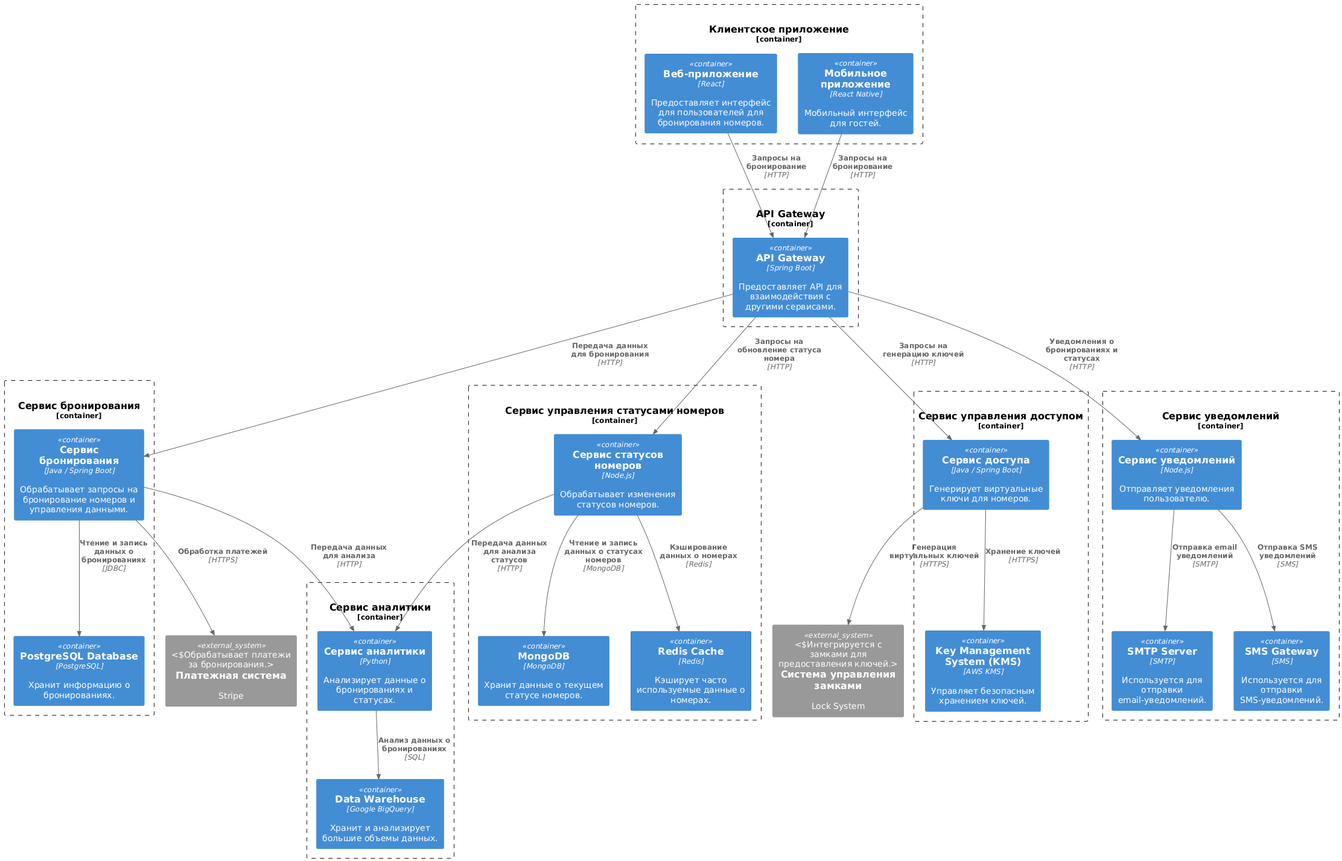
The PlantUML diagram res/hm_04_01.png in mrsolodov/sahomeworks, before a commit. The source it was exported from:
```plantuml
@startuml
!include https://raw.githubusercontent.com/plantuml-stdlib/C4-PlantUML/master/C4_Container.puml

Container_Boundary(client, "Клиентское приложение", "Мобильное приложение и веб-приложение") {
    Container(web, "Веб-приложение", "React", "Предоставляет интерфейс для пользователей для бронирования номеров.")
    Container(mobile, "Мобильное приложение", "React Native", "Мобильный интерфейс для гостей.")
}

Container_Boundary(apiGateway, "API Gateway", "API Gateway") {
    Container(api, "API Gateway", "Spring Boot", "Предоставляет API для взаимодействия с другими сервисами.")
}

Container_Boundary(bookingService, "Сервис бронирования", "Booking Service") {
    Container(booking, "Сервис бронирования", "Java / Spring Boot", "Обрабатывает запросы на бронирование номеров и управления данными.")
    Container(postgres, "PostgreSQL Database", "PostgreSQL", "Хранит информацию о бронированиях.")
}

Container_Boundary(roomStatusService, "Сервис управления статусами номеров", "Room Status Service") {
    Container(roomStatus, "Сервис статусов номеров", "Node.js", "Обрабатывает изменения статусов номеров.")
    Container(mongoDb, "MongoDB", "MongoDB", "Хранит данные о текущем статусе номеров.")
    Container(redis, "Redis Cache", "Redis", "Кэширует часто используемые данные о номерах.")
}

Container_Boundary(accessControlService, "Сервис управления доступом", "Access Control Service") {
    Container(accessControl, "Сервис доступа", "Java / Spring Boot", "Генерирует виртуальные ключи для номеров.")
    Container(kms, "Key Management System (KMS)", "AWS KMS", "Управляет безопасным хранением ключей.")
}

Container_Boundary(notificationService, "Сервис уведомлений", "Notification Service") {
    Container(notification, "Сервис уведомлений", "Node.js", "Отправляет уведомления пользователю.")
    Container(smtp, "SMTP Server", "SMTP", "Используется для отправки email-уведомлений.")
    Container(smsGateway, "SMS Gateway", "SMS", "Используется для отправки SMS-уведомлений.")
}

Container_Boundary(analyticsService, "Сервис аналитики", "Analytics Service") {
    Container(analytics, "Сервис аналитики", "Python", "Анализирует данные о бронированиях и статусах.")
    Container(bigQuery, "Data Warehouse", "Google BigQuery", "Хранит и анализирует большие объемы данных.")
}

System_Ext(paymentSystem, "Платежная система", "Stripe", "Обрабатывает платежи за бронирования.")
System_Ext(lockSystem, "Система управления замками", "Lock System", "Интегрируется с замками для предоставления ключей.")

Rel(web, api, "Запросы на бронирование", "HTTP")
Rel(mobile, api, "Запросы на бронирование", "HTTP")
Rel(api, booking, "Передача данных для бронирования", "HTTP")
Rel(booking, postgres, "Чтение и запись данных о бронированиях", "JDBC")
Rel(api, roomStatus, "Запросы на обновление статуса номера", "HTTP")
Rel(roomStatus, mongoDb, "Чтение и запись данных о статусах номеров", "MongoDB")
Rel(roomStatus, redis, "Кэширование данных о номерах", "Redis")
Rel(api, accessControl, "Запросы на генерацию ключей", "HTTP")
Rel(accessControl, kms, "Хранение ключей", "HTTPS")
Rel(api, notification, "Уведомления о бронированиях и статусах", "HTTP")
Rel(notification, smtp, "Отправка email уведомлений", "SMTP")
Rel(notification, smsGateway, "Отправка SMS уведомлений", "SMS")
Rel(analytics, bigQuery, "Анализ данных о бронированиях", "SQL")
Rel(booking, analytics, "Передача данных для анализа", "HTTP")
Rel(roomStatus, analytics, "Передача данных для анализа статусов", "HTTP")
Rel(booking, paymentSystem, "Обработка платежей", "HTTPS")
Rel(accessControl, lockSystem, "Генерация виртуальных ключей", "HTTPS")
@enduml
```
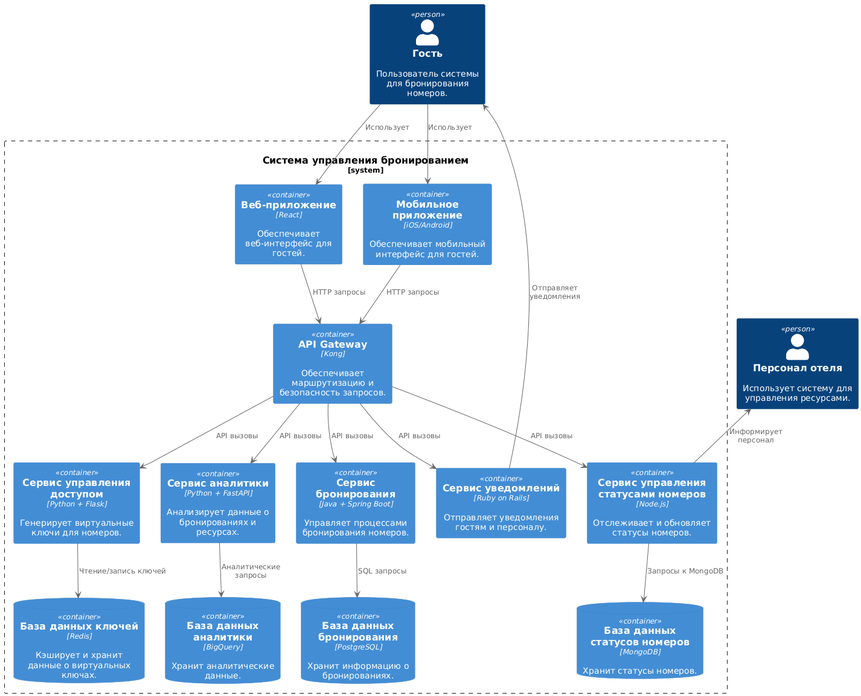
The same diagram one commit later.

What changed in the source:
```diff
@@ -1,60 +1,43 @@
 @startuml
-!include https://raw.githubusercontent.com/plantuml-stdlib/C4-PlantUML/master/C4_Container.puml
+!define C4P https://raw.githubusercontent.com/plantuml-stdlib/C4-PlantUML/master
+!includeurl C4P/C4_Container.puml
 
-Container_Boundary(client, "Клиентское приложение", "Мобильное приложение и веб-приложение") {
-    Container(web, "Веб-приложение", "React", "Предоставляет интерфейс для пользователей для бронирования номеров.")
-    Container(mobile, "Мобильное приложение", "React Native", "Мобильный интерфейс для гостей.")
+Person(customer, "Гость", "Пользователь системы для бронирования номеров.")
+Person(hotel_staff, "Персонал отеля", "Использует систему для управления ресурсами.")
+
+System_Boundary(c1, "Система управления бронированием") {
+  Container(web_app, "Веб-приложение", "React", "Обеспечивает веб-интерфейс для гостей.")
+  Container(mobile_app, "Мобильное приложение", "iOS/Android", "Обеспечивает мобильный интерфейс для гостей.")
+  Container(api_gateway, "API Gateway", "Kong", "Обеспечивает маршрутизацию и безопасность запросов.")
+
+  Container(booking_service, "Сервис бронирования", "Java + Spring Boot", "Управляет процессами бронирования номеров.")
+  Container(room_status_service, "Сервис управления статусами номеров", "Node.js", "Отслеживает и обновляет статусы номеров.")
+  Container(access_control_service, "Сервис управления доступом", "Python + Flask", "Генерирует виртуальные ключи для номеров.")
+  Container(notification_service, "Сервис уведомлений", "Ruby on Rails", "Отправляет уведомления гостям и персоналу.")
+  Container(analytics_service, "Сервис аналитики", "Python + FastAPI", "Анализирует данные о бронированиях и ресурсах.")
+
+  ContainerDb(booking_db, "База данных бронирования", "PostgreSQL", "Хранит информацию о бронированиях.")
+  ContainerDb(room_status_db, "База данных статусов номеров", "MongoDB", "Хранит статусы номеров.")
+  ContainerDb(access_control_db, "База данных ключей", "Redis", "Кэширует и хранит данные о виртуальных ключах.")
+  ContainerDb(analytics_db, "База данных аналитики", "BigQuery", "Хранит аналитические данные.")
 }
 
-Container_Boundary(apiGateway, "API Gateway", "API Gateway") {
-    Container(api, "API Gateway", "Spring Boot", "Предоставляет API для взаимодействия с другими сервисами.")
-}
+hotel_staff <-- room_status_service : Информирует персонал
+customer --> web_app : Использует
+customer --> mobile_app : Использует
+web_app --> api_gateway : HTTP запросы
+mobile_app --> api_gateway : HTTP запросы
 
-Container_Boundary(bookingService, "Сервис бронирования", "Booking Service") {
-    Container(booking, "Сервис бронирования", "Java / Spring Boot", "Обрабатывает запросы на бронирование номеров и управления данными.")
-    Container(postgres, "PostgreSQL Database", "PostgreSQL", "Хранит информацию о бронированиях.")
-}
+api_gateway --> booking_service : API вызовы
+api_gateway --> room_status_service : API вызовы
+api_gateway --> access_control_service : API вызовы
+api_gateway --> notification_service : API вызовы
+api_gateway --> analytics_service : API вызовы
 
-Container_Boundary(roomStatusService, "Сервис управления статусами номеров", "Room Status Service") {
-    Container(roomStatus, "Сервис статусов номеров", "Node.js", "Обрабатывает изменения статусов номеров.")
-    Container(mongoDb, "MongoDB", "MongoDB", "Хранит данные о текущем статусе номеров.")
-    Container(redis, "Redis Cache", "Redis", "Кэширует часто используемые данные о номерах.")
-}
+booking_service --> booking_db : SQL запросы
+room_status_service --> room_status_db : Запросы к MongoDB
+access_control_service --> access_control_db : Чтение/запись ключей
+analytics_service --> analytics_db : Аналитические запросы
 
-Container_Boundary(accessControlService, "Сервис управления доступом", "Access Control Service") {
-    Container(accessControl, "Сервис доступа", "Java / Spring Boot", "Генерирует виртуальные ключи для номеров.")
-    Container(kms, "Key Management System (KMS)", "AWS KMS", "Управляет безопасным хранением ключей.")
-}
-
-Container_Boundary(notificationService, "Сервис уведомлений", "Notification Service") {
-    Container(notification, "Сервис уведомлений", "Node.js", "Отправляет уведомления пользователю.")
-    Container(smtp, "SMTP Server", "SMTP", "Используется для отправки email-уведомлений.")
-    Container(smsGateway, "SMS Gateway", "SMS", "Используется для отправки SMS-уведомлений.")
-}
-
-Container_Boundary(analyticsService, "Сервис аналитики", "Analytics Service") {
-    Container(analytics, "Сервис аналитики", "Python", "Анализирует данные о бронированиях и статусах.")
-    Container(bigQuery, "Data Warehouse", "Google BigQuery", "Хранит и анализирует большие объемы данных.")
-}
-
-System_Ext(paymentSystem, "Платежная система", "Stripe", "Обрабатывает платежи за бронирования.")
-System_Ext(lockSystem, "Система управления замками", "Lock System", "Интегрируется с замками для предоставления ключей.")
-
-Rel(web, api, "Запросы на бронирование", "HTTP")
-Rel(mobile, api, "Запросы на бронирование", "HTTP")
-Rel(api, booking, "Передача данных для бронирования", "HTTP")
-Rel(booking, postgres, "Чтение и запись данных о бронированиях", "JDBC")
-Rel(api, roomStatus, "Запросы на обновление статуса номера", "HTTP")
-Rel(roomStatus, mongoDb, "Чтение и запись данных о статусах номеров", "MongoDB")
-Rel(roomStatus, redis, "Кэширование данных о номерах", "Redis")
-Rel(api, accessControl, "Запросы на генерацию ключей", "HTTP")
-Rel(accessControl, kms, "Хранение ключей", "HTTPS")
-Rel(api, notification, "Уведомления о бронированиях и статусах", "HTTP")
-Rel(notification, smtp, "Отправка email уведомлений", "SMTP")
-Rel(notification, smsGateway, "Отправка SMS уведомлений", "SMS")
-Rel(analytics, bigQuery, "Анализ данных о бронированиях", "SQL")
-Rel(booking, analytics, "Передача данных для анализа", "HTTP")
-Rel(roomStatus, analytics, "Передача данных для анализа статусов", "HTTP")
-Rel(booking, paymentSystem, "Обработка платежей", "HTTPS")
-Rel(accessControl, lockSystem, "Генерация виртуальных ключей", "HTTPS")
+notification_service -> customer : Отправляет уведомления
 @enduml
```
